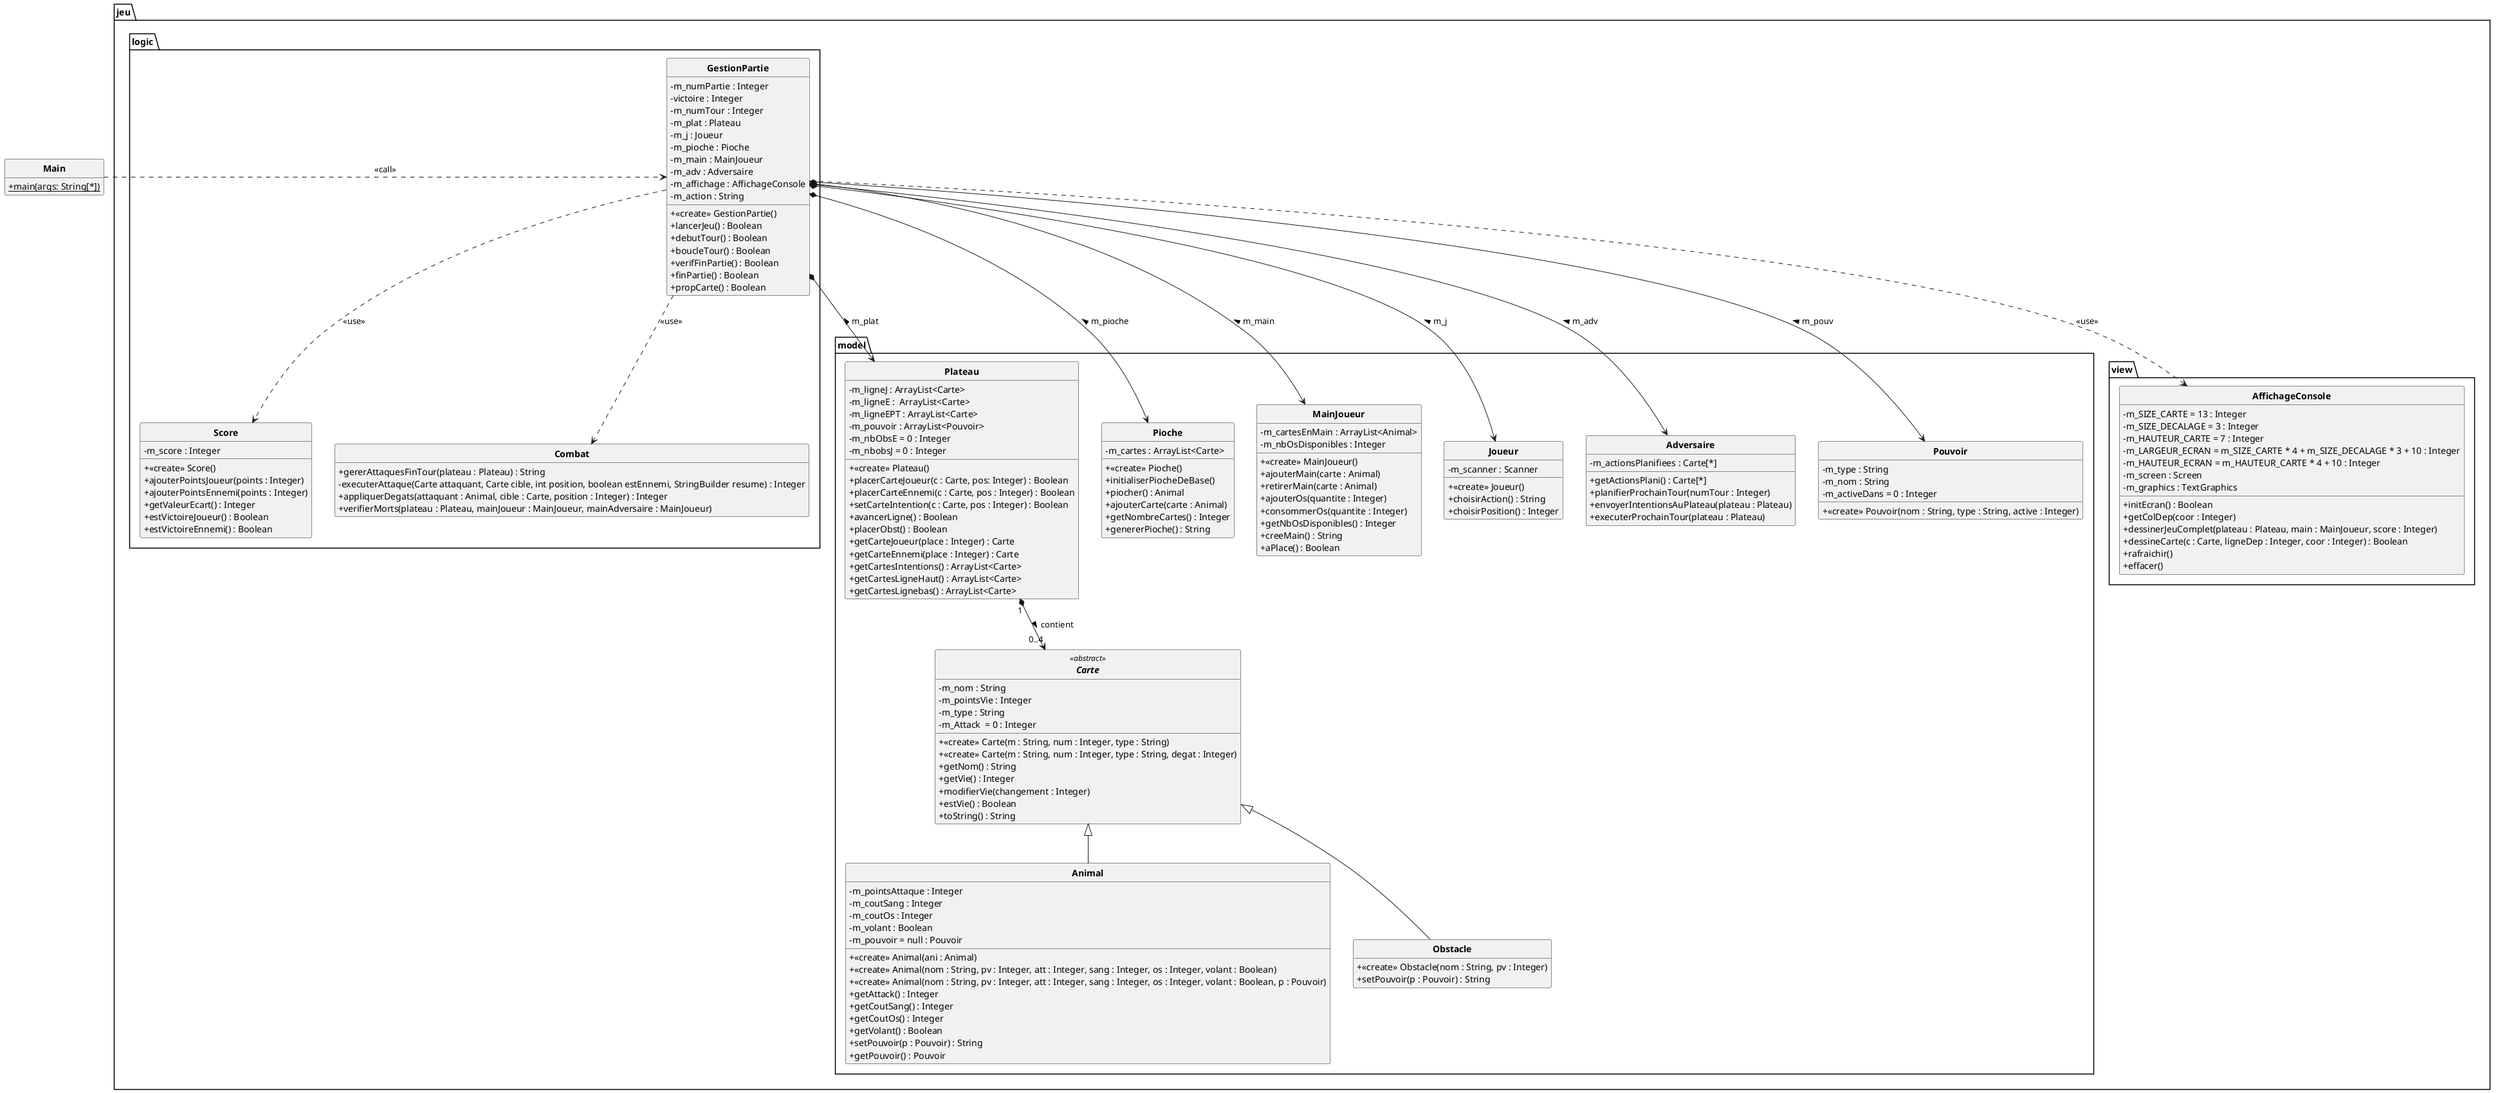
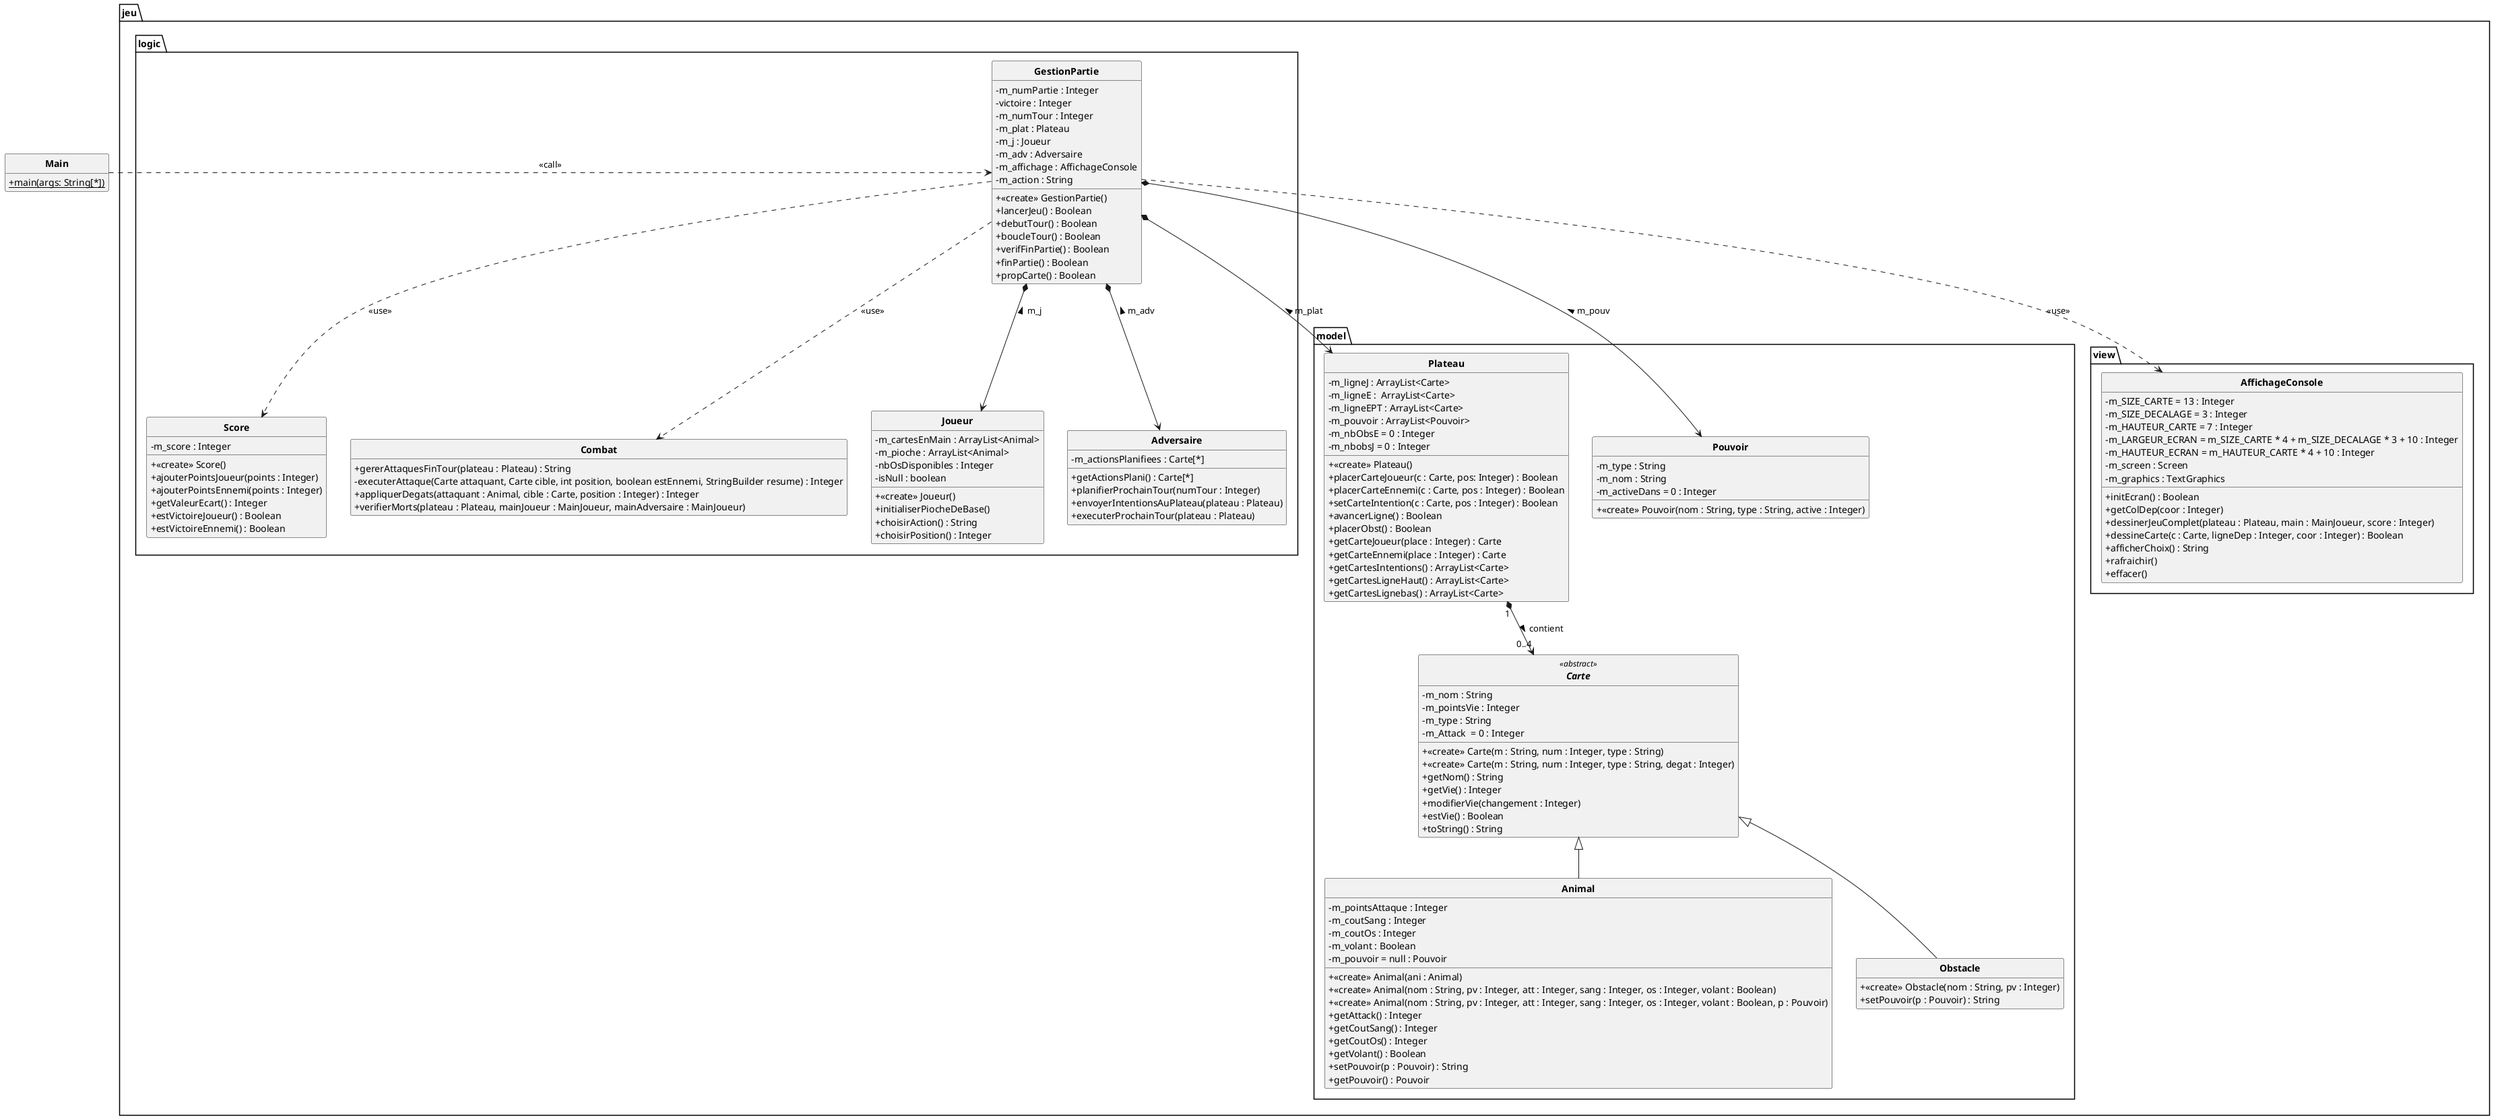
@startuml
'https://plantuml.com/class-diagram
skinparam classAttributeIconSize 0
skinparam classFontStyle Bold
skinparam style strictuml
hide empty members

class Main {
    +{static} main(args: String[*])
}

package jeu {
    package logic {
        class GestionPartie {
            - m_numPartie : Integer
            - victoire : Integer
            - m_numTour : Integer
            - m_plat : Plateau
            - m_j : Joueur
-             - m_pioche : Pioche
-             - m_main : MainJoueur
            - m_adv : Adversaire
            - m_affichage : AffichageConsole
            - m_action : String
            + <<create>> GestionPartie()
            + lancerJeu() : Boolean
            + debutTour() : Boolean
            + boucleTour() : Boolean
            + verifFinPartie() : Boolean
            + finPartie() : Boolean
            + propCarte() : Boolean
        }
        class Score {
            - m_score : Integer
            + <<create>> Score()
            + ajouterPointsJoueur(points : Integer)
            + ajouterPointsEnnemi(points : Integer)
            + getValeurEcart() : Integer
            + estVictoireJoueur() : Boolean
            + estVictoireEnnemi() : Boolean
                }
        class Combat {
            + gererAttaquesFinTour(plateau : Plateau) : String
            - executerAttaque(Carte attaquant, Carte cible, int position, boolean estEnnemi, StringBuilder resume) : Integer
            + appliquerDegats(attaquant : Animal, cible : Carte, position : Integer) : Integer
            + verifierMorts(plateau : Plateau, mainJoueur : MainJoueur, mainAdversaire : MainJoueur)
+         }
+ 
+          class Joueur {
+             - m_cartesEnMain : ArrayList<Animal>
+             - m_pioche : ArrayList<Animal>
+             - nbOsDisponibles : Integer
+             - isNull : boolean
+             + <<create>> Joueur()
+             + initialiserPiocheDeBase()
+             + choisirAction() : String
+             + choisirPosition() : Integer
+          }
+         class Adversaire {
+             - m_actionsPlanifiees : Carte[*]
+             + getActionsPlani() : Carte[*]
+             + planifierProchainTour(numTour : Integer)
+             + envoyerIntentionsAuPlateau(plateau : Plateau)
+             + executerProchainTour(plateau : Plateau)
        }
    }

    package model {
        abstract class Carte <<abstract>> {
            - m_nom : String
            - m_pointsVie : Integer
            - m_type : String
            - m_Attack  = 0 : Integer
            + <<create>> Carte(m : String, num : Integer, type : String)
            + <<create>> Carte(m : String, num : Integer, type : String, degat : Integer)
            + getNom() : String
            + getVie() : Integer
            + modifierVie(changement : Integer)
            + estVie() : Boolean
            + toString() : String
        }

        class Animal extends Carte {
            - m_pointsAttaque : Integer
            - m_coutSang : Integer
            - m_coutOs : Integer
            - m_volant : Boolean
            - m_pouvoir = null : Pouvoir
            + <<create>> Animal(ani : Animal)
            + <<create>> Animal(nom : String, pv : Integer, att : Integer, sang : Integer, os : Integer, volant : Boolean)
            + <<create>> Animal(nom : String, pv : Integer, att : Integer, sang : Integer, os : Integer, volant : Boolean, p : Pouvoir)
            + getAttack() : Integer
            + getCoutSang() : Integer
            + getCoutOs() : Integer
            + getVolant() : Boolean
            + setPouvoir(p : Pouvoir) : String
            + getPouvoir() : Pouvoir
        }

        class Obstacle extends Carte {
            + <<create>> Obstacle(nom : String, pv : Integer)
            + setPouvoir(p : Pouvoir) : String
        }

        class Plateau {
            - m_ligneJ : ArrayList<Carte>
            - m_ligneE :  ArrayList<Carte>
            - m_ligneEPT : ArrayList<Carte>
            - m_pouvoir : ArrayList<Pouvoir>
            - m_nbObsE = 0 : Integer
            - m_nbobsJ = 0 : Integer
            + <<create>> Plateau()
            + placerCarteJoueur(c : Carte, pos: Integer) : Boolean
            + placerCarteEnnemi(c : Carte, pos : Integer) : Boolean
            + setCarteIntention(c : Carte, pos : Integer) : Boolean
            + avancerLigne() : Boolean
            + placerObst() : Boolean
            + getCarteJoueur(place : Integer) : Carte
            + getCarteEnnemi(place : Integer) : Carte
            + getCartesIntentions() : ArrayList<Carte>
            + getCartesLigneHaut() : ArrayList<Carte>
            + getCartesLignebas() : ArrayList<Carte>
        }
- 
-         class Pioche {
-             - m_cartes : ArrayList<Carte>
-             + <<create>> Pioche()
-             + initialiserPiocheDeBase()
-             + piocher() : Animal
-             + ajouterCarte(carte : Animal)
-             + getNombreCartes() : Integer
-             + genererPioche() : String
-         }
- 
-         class MainJoueur {
-             - m_cartesEnMain : ArrayList<Animal>
-             - m_nbOsDisponibles : Integer
-             + <<create>> MainJoueur()
-             + ajouterMain(carte : Animal)
-             + retirerMain(carte : Animal)
-             + ajouterOs(quantite : Integer)
-             + consommerOs(quantite : Integer)
-             + getNbOsDisponibles() : Integer
-             + creeMain() : String
-             + aPlace() : Boolean
-         }
- 
-         class Joueur {
-             - m_scanner : Scanner
-             + <<create>> Joueur()
-             + choisirAction() : String
-             + choisirPosition() : Integer
-         }
- 
-         class Adversaire {
-             - m_actionsPlanifiees : Carte[*]
-             + getActionsPlani() : Carte[*]
-             + planifierProchainTour(numTour : Integer)
-             + envoyerIntentionsAuPlateau(plateau : Plateau)
-             + executerProchainTour(plateau : Plateau)
-         }
- 
        class Pouvoir{
            - m_type : String
            - m_nom : String
            - m_activeDans = 0 : Integer
            + <<create>> Pouvoir(nom : String, type : String, active : Integer)
        }
    }

    package view {
        class AffichageConsole {
            - m_SIZE_CARTE = 13 : Integer
            - m_SIZE_DECALAGE = 3 : Integer
            - m_HAUTEUR_CARTE = 7 : Integer
            - m_LARGEUR_ECRAN = m_SIZE_CARTE * 4 + m_SIZE_DECALAGE * 3 + 10 : Integer
            - m_HAUTEUR_ECRAN = m_HAUTEUR_CARTE * 4 + 10 : Integer
            - m_screen : Screen
            - m_graphics : TextGraphics
            + initEcran() : Boolean
            + getColDep(coor : Integer)
            + dessinerJeuComplet(plateau : Plateau, main : MainJoueur, score : Integer)
            + dessineCarte(c : Carte, ligneDep : Integer, coor : Integer) : Boolean
+             + afficherChoix() : String
            + rafraichir()
            + effacer()
        }
    }
}

' --- Relations et Dépendances ---
Main .> GestionPartie : <<call>>
- 
GestionPartie *--> Plateau : m_plat <
- GestionPartie *--> Pioche : m_pioche <
- GestionPartie *--> MainJoueur : m_main <
GestionPartie *--> Joueur : m_j <
GestionPartie *--> Adversaire : m_adv <
GestionPartie *--> Pouvoir : m_pouv <
GestionPartie ..> Combat : <<use>>
GestionPartie ..> Score : <<use>>
GestionPartie ..> AffichageConsole : <<use>>

Plateau "1" *--> "0..4" Carte : contient >

@enduml
